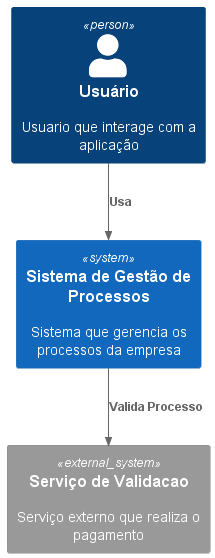
Before: out/Contexto/AplicacaoContext.png, a diagram exported from PlantUML (samoryfiotec/C4).
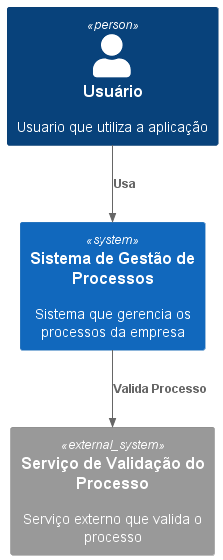
After the commit.

Commit message:
Atualização do diagrama de contexto

What changed in the source:
```diff
@@ -1,9 +1,9 @@
 @startuml AplicacaoContext
 !includeurl https://raw.githubusercontent.com/plantuml-stdlib/C4-PlantUML/master/C4_Context.puml
 
-Person(usuario, "Usuário", "Usuario que interage com a aplicação")
+Person(usuario, "Usuário", "Usuario que utiliza a aplicação")
 System(sistemaProcessos, "Sistema de Gestão de Processos", "Sistema que gerencia os processos da empresa")
-System_Ext(servicoValidacao, "Serviço de Validacao", "Serviço externo que realiza o pagamento")
+System_Ext(servicoValidacao, "Serviço de Validação do Processo", "Serviço externo que valida o processo")
 
 Rel(usuario, sistemaProcessos, "Usa")
 Rel(sistemaProcessos, servicoValidacao, "Valida Processo")
```
